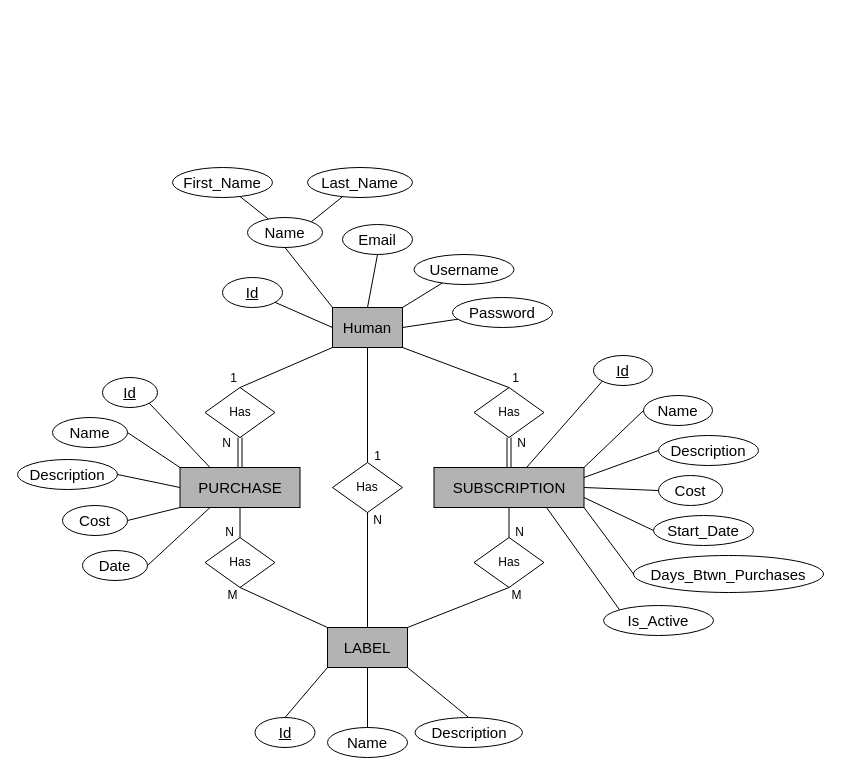
Earlier version of the draw.io diagram diagrams/SpendthriftErDiagram1.0.drawio (honey-ham/spendthrift-db). Source tidied: cells renumbered, new cells numbered last; positions are measured from the earlier drawing's top-left corner, leaving out a move shared by most shapes. Both pictures are drawn from the tidied source at 100%, with x=0, y=0 at pixel (17, 167).
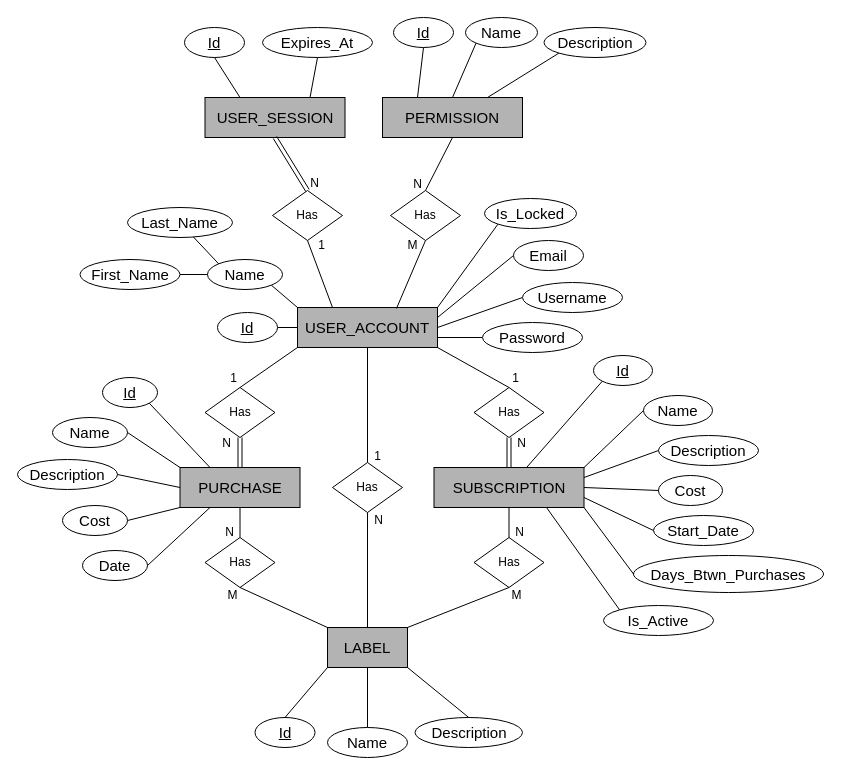
Above is the later version.

Commit message (it also covers changes not shown here):
Added permission and session table. Reflected changes on diagrams

Diff of the diagram source:
```diff
@@
-    <mxCell id="2" style="rounded=0;jettySize=auto;html=1;exitX=0;exitY=0;exitDx=0;exitDy=0;entryX=0.5;entryY=1;entryDx=0;entryDy=0;endArrow=none;endFill=0;" parent="1" edge="1" source="3" target="9">
+    <mxCell id="2" style="rounded=0;jettySize=auto;html=1;entryX=1;entryY=1;entryDx=0;entryDy=0;endArrow=none;endFill=0;exitX=0;exitY=0;exitDx=0;exitDy=0;" parent="1" edge="1" source="3" target="9">
       <mxGeometry relative="1" as="geometry" />
     </mxCell>
-    <mxCell id="3" value="&lt;font style=&quot;font-size: 15px;&quot;&gt;Human&lt;/font&gt;" style="rounded=0;whiteSpace=wrap;html=1;fillColor=#B3B3B3;strokeColor=#000000;" parent="1" vertex="1">
-      <mxGeometry x="315" y="140" width="70" height="40" as="geometry" />
+    <mxCell id="3" value="&lt;span style=&quot;font-size: 15px;&quot;&gt;USER_ACCOUNT&lt;/span&gt;" style="rounded=0;whiteSpace=wrap;html=1;fillColor=#B3B3B3;strokeColor=#000000;" parent="1" vertex="1">
+      <mxGeometry x="280" y="140" width="140" height="40" as="geometry" />
     </mxCell>
@@
     <mxCell id="8" value="&lt;font style=&quot;font-size: 15px;&quot;&gt;&lt;u&gt;Id&lt;/u&gt;&lt;/font&gt;" style="ellipse;whiteSpace=wrap;html=1;" parent="1" vertex="1">
-      <mxGeometry x="205" y="110" width="60" height="30" as="geometry" />
+      <mxGeometry x="200" y="145" width="60" height="30" as="geometry" />
     </mxCell>
     <mxCell id="9" value="&lt;font style=&quot;font-size: 15px;&quot;&gt;Name&lt;/font&gt;" style="ellipse;whiteSpace=wrap;html=1;" parent="1" vertex="1">
-      <mxGeometry x="230" y="50" width="75" height="30" as="geometry" />
+      <mxGeometry x="190" y="92" width="75" height="30" as="geometry" />
     </mxCell>
-    <mxCell id="10" style="rounded=0;jettySize=auto;html=1;entryX=1;entryY=0;entryDx=0;entryDy=0;endArrow=none;endFill=0;" parent="1" edge="1" source="11" target="3">
+    <mxCell id="10" style="rounded=0;jettySize=auto;html=1;entryX=1;entryY=0.5;entryDx=0;entryDy=0;endArrow=none;endFill=0;exitX=0;exitY=0.5;exitDx=0;exitDy=0;" parent="1" edge="1" source="11" target="3">
       <mxGeometry relative="1" as="geometry" />
     </mxCell>
     <mxCell id="11" value="&lt;font style=&quot;font-size: 15px;&quot;&gt;Username&lt;/font&gt;" style="ellipse;whiteSpace=wrap;html=1;" parent="1" vertex="1">
-      <mxGeometry x="396.5" y="87" width="100" height="30" as="geometry" />
+      <mxGeometry x="505" y="115" width="100" height="30" as="geometry" />
     </mxCell>
-    <mxCell id="12" style="rounded=0;jettySize=auto;html=1;entryX=1;entryY=0.5;entryDx=0;entryDy=0;endArrow=none;endFill=0;" parent="1" edge="1" source="13" target="3">
+    <mxCell id="12" style="rounded=0;jettySize=auto;html=1;entryX=1;entryY=0.75;entryDx=0;entryDy=0;endArrow=none;endFill=0;" parent="1" edge="1" source="13" target="3">
       <mxGeometry relative="1" as="geometry" />
     </mxCell>
     <mxCell id="13" value="&lt;font style=&quot;font-size: 15px;&quot;&gt;Password&lt;/font&gt;" style="ellipse;whiteSpace=wrap;html=1;" parent="1" vertex="1">
-      <mxGeometry x="435" y="130" width="100" height="30" as="geometry" />
+      <mxGeometry x="465" y="155" width="100" height="30" as="geometry" />
     </mxCell>
-    <mxCell id="14" style="rounded=0;jettySize=auto;html=1;endArrow=none;endFill=0;" parent="1" edge="1" source="15" target="9">
+    <mxCell id="14" style="rounded=0;jettySize=auto;html=1;endArrow=none;endFill=0;entryX=0;entryY=0.5;entryDx=0;entryDy=0;exitX=1;exitY=0.5;exitDx=0;exitDy=0;" parent="1" edge="1" source="15" target="9">
       <mxGeometry relative="1" as="geometry" />
     </mxCell>
     <mxCell id="15" value="&lt;font style=&quot;font-size: 15px;&quot;&gt;First_Name&lt;/font&gt;" style="ellipse;whiteSpace=wrap;html=1;" parent="1" vertex="1">
-      <mxGeometry x="155" width="100" height="30" as="geometry" />
+      <mxGeometry x="62.5" y="92" width="100" height="30" as="geometry" />
     </mxCell>
-    <mxCell id="16" style="rounded=0;jettySize=auto;html=1;entryX=1;entryY=0;entryDx=0;entryDy=0;endArrow=none;endFill=0;" parent="1" edge="1" source="17" target="9">
+    <mxCell id="16" style="rounded=0;jettySize=auto;html=1;entryX=0;entryY=0;entryDx=0;entryDy=0;endArrow=none;endFill=0;" parent="1" edge="1" source="17" target="9">
       <mxGeometry relative="1" as="geometry" />
     </mxCell>
     <mxCell id="17" value="&lt;font style=&quot;font-size: 15px;&quot;&gt;Last_Name&lt;/font&gt;" style="ellipse;whiteSpace=wrap;html=1;" parent="1" vertex="1">
-      <mxGeometry x="290" width="105" height="30" as="geometry" />
+      <mxGeometry x="110" y="40" width="105" height="30" as="geometry" />
     </mxCell>
@@
     <mxCell id="69" value="N" style="text;html=1;align=center;verticalAlign=middle;strokeColor=none;fillColor=none;" parent="1" vertex="1">
-      <mxGeometry x="345" y="338" width="30" height="30" as="geometry" />
+      <mxGeometry x="346" y="338" width="30" height="30" as="geometry" />
     </mxCell>
@@
     <mxCell id="73" value="&lt;font style=&quot;font-size: 15px;&quot;&gt;Email&lt;/font&gt;" style="ellipse;whiteSpace=wrap;html=1;" parent="1" vertex="1">
-      <mxGeometry x="325" y="57" width="70" height="30" as="geometry" />
+      <mxGeometry x="496" y="73" width="70" height="30" as="geometry" />
     </mxCell>
-    <mxCell id="74" style="rounded=0;jettySize=auto;html=1;entryX=0.5;entryY=0;entryDx=0;entryDy=0;endArrow=none;endFill=0;exitX=0.5;exitY=1;exitDx=0;exitDy=0;" parent="1" edge="1" source="73" target="3">
+    <mxCell id="74" style="rounded=0;jettySize=auto;html=1;entryX=1;entryY=0.25;entryDx=0;entryDy=0;endArrow=none;endFill=0;exitX=0;exitY=0.5;exitDx=0;exitDy=0;" parent="1" edge="1" source="73" target="3">
       <mxGeometry relative="1" as="geometry" />
     </mxCell>
+    <mxCell id="75" value="&lt;font style=&quot;font-size: 15px;&quot;&gt;USER_SESSION&lt;/font&gt;" style="rounded=0;whiteSpace=wrap;html=1;fillColor=#B3B3B3;strokeColor=#000000;align=center;" parent="1" vertex="1">
+      <mxGeometry x="187.5" y="-70" width="140" height="40" as="geometry" />
+    </mxCell>
+    <mxCell id="76" value="&lt;font style=&quot;font-size: 15px;&quot;&gt;&lt;u&gt;Id&lt;/u&gt;&lt;/font&gt;" style="ellipse;whiteSpace=wrap;html=1;" parent="1" vertex="1">
+      <mxGeometry x="167" y="-140" width="60" height="30" as="geometry" />
+    </mxCell>
+    <mxCell id="77" value="&lt;span style=&quot;font-size: 15px;&quot;&gt;Expires_At&lt;/span&gt;" style="ellipse;whiteSpace=wrap;html=1;" parent="1" vertex="1">
+      <mxGeometry x="245" y="-140" width="110" height="30" as="geometry" />
+    </mxCell>
+    <mxCell id="78" style="rounded=0;jettySize=auto;html=1;entryX=1;entryY=0;entryDx=0;entryDy=0;endArrow=none;endFill=0;exitX=0;exitY=1;exitDx=0;exitDy=0;" parent="1" edge="1" source="79" target="3">
+      <mxGeometry relative="1" as="geometry" />
+    </mxCell>
+    <mxCell id="79" value="&lt;font style=&quot;font-size: 15px;&quot;&gt;Is_Locked&lt;/font&gt;" style="ellipse;whiteSpace=wrap;html=1;" parent="1" vertex="1">
+      <mxGeometry x="467" y="31" width="92" height="30" as="geometry" />
+    </mxCell>
+    <mxCell id="80" value="&lt;font style=&quot;font-size: 15px;&quot;&gt;PERMISSION&lt;/font&gt;" style="rounded=0;whiteSpace=wrap;html=1;fillColor=#B3B3B3;strokeColor=#000000;align=center;" parent="1" vertex="1">
+      <mxGeometry x="365" y="-70" width="140" height="40" as="geometry" />
+    </mxCell>
+    <mxCell id="81" value="&lt;font style=&quot;font-size: 15px;&quot;&gt;&lt;u&gt;Id&lt;/u&gt;&lt;/font&gt;" style="ellipse;whiteSpace=wrap;html=1;" parent="1" vertex="1">
+      <mxGeometry x="376" y="-150" width="60" height="30" as="geometry" />
+    </mxCell>
+    <mxCell id="82" style="rounded=0;jettySize=auto;html=1;entryX=0.25;entryY=0;entryDx=0;entryDy=0;endArrow=none;endFill=0;exitX=0.5;exitY=1;exitDx=0;exitDy=0;" parent="1" edge="1" source="76" target="75">
+      <mxGeometry relative="1" as="geometry" />
+    </mxCell>
+    <mxCell id="83" style="rounded=0;jettySize=auto;html=1;entryX=0.75;entryY=0;entryDx=0;entryDy=0;endArrow=none;endFill=0;exitX=0.5;exitY=1;exitDx=0;exitDy=0;" parent="1" edge="1" source="77" target="75">
+      <mxGeometry relative="1" as="geometry" />
+    </mxCell>
+    <mxCell id="84" value="Has" style="rhombus;whiteSpace=wrap;html=1;" parent="1" vertex="1">
+      <mxGeometry x="255" y="23" width="70" height="50" as="geometry" />
+    </mxCell>
+    <mxCell id="85" style="rounded=0;jettySize=auto;html=1;entryX=0.5;entryY=0;entryDx=0;entryDy=0;endArrow=none;endFill=0;exitX=0.5;exitY=1;exitDx=0;exitDy=0;shape=link;" parent="1" edge="1" source="75" target="84">
+      <mxGeometry relative="1" as="geometry" />
+    </mxCell>
+    <mxCell id="86" style="rounded=0;jettySize=auto;html=1;entryX=0.25;entryY=0;entryDx=0;entryDy=0;endArrow=none;endFill=0;exitX=0.5;exitY=1;exitDx=0;exitDy=0;" parent="1" edge="1" source="84" target="3">
+      <mxGeometry relative="1" as="geometry" />
+    </mxCell>
+    <mxCell id="87" value="Has" style="rhombus;whiteSpace=wrap;html=1;" parent="1" vertex="1">
+      <mxGeometry x="373" y="23" width="70" height="50" as="geometry" />
+    </mxCell>
+    <mxCell id="88" style="rounded=0;jettySize=auto;html=1;entryX=0.5;entryY=0;entryDx=0;entryDy=0;endArrow=none;endFill=0;exitX=0.5;exitY=1;exitDx=0;exitDy=0;" parent="1" edge="1" source="80" target="87">
+      <mxGeometry relative="1" as="geometry" />
+    </mxCell>
+    <mxCell id="89" style="rounded=0;jettySize=auto;html=1;entryX=0.707;entryY=0.025;entryDx=0;entryDy=0;endArrow=none;endFill=0;exitX=0.5;exitY=1;exitDx=0;exitDy=0;entryPerimeter=0;" parent="1" edge="1" source="87" target="3">
+      <mxGeometry relative="1" as="geometry" />
+    </mxCell>
+    <mxCell id="90" value="M" style="text;html=1;align=center;verticalAlign=middle;strokeColor=none;fillColor=none;" parent="1" vertex="1">
+      <mxGeometry x="380" y="63" width="30" height="30" as="geometry" />
+    </mxCell>
+    <mxCell id="91" value="N" style="text;html=1;align=center;verticalAlign=middle;strokeColor=none;fillColor=none;" parent="1" vertex="1">
+      <mxGeometry x="282" y="1" width="30" height="30" as="geometry" />
+    </mxCell>
+    <mxCell id="92" value="1" style="text;html=1;align=center;verticalAlign=middle;strokeColor=none;fillColor=none;" parent="1" vertex="1">
+      <mxGeometry x="288.5" y="63" width="30" height="30" as="geometry" />
+    </mxCell>
+    <mxCell id="93" value="N" style="text;html=1;align=center;verticalAlign=middle;strokeColor=none;fillColor=none;" parent="1" vertex="1">
+      <mxGeometry x="384.5" y="2" width="30" height="30" as="geometry" />
+    </mxCell>
+    <mxCell id="94" value="&lt;font style=&quot;font-size: 15px;&quot;&gt;Name&lt;/font&gt;" style="ellipse;whiteSpace=wrap;html=1;" parent="1" vertex="1">
+      <mxGeometry x="448" y="-150" width="72" height="30" as="geometry" />
+    </mxCell>
+    <mxCell id="95" style="rounded=0;jettySize=auto;html=1;entryX=0.25;entryY=0;entryDx=0;entryDy=0;endArrow=none;endFill=0;exitX=0.5;exitY=1;exitDx=0;exitDy=0;" parent="1" edge="1" source="81" target="80">
+      <mxGeometry relative="1" as="geometry" />
+    </mxCell>
+    <mxCell id="96" style="rounded=0;jettySize=auto;html=1;entryX=0.5;entryY=0;entryDx=0;entryDy=0;endArrow=none;endFill=0;exitX=0;exitY=1;exitDx=0;exitDy=0;" parent="1" edge="1" source="94" target="80">
+      <mxGeometry relative="1" as="geometry" />
+    </mxCell>
+    <mxCell id="97" style="rounded=0;jettySize=auto;html=1;entryX=0.75;entryY=0;entryDx=0;entryDy=0;endArrow=none;endFill=0;exitX=0;exitY=1;exitDx=0;exitDy=0;" parent="1" edge="1" source="98" target="80">
+      <mxGeometry relative="1" as="geometry" />
+    </mxCell>
+    <mxCell id="98" value="&lt;font style=&quot;font-size: 15px;&quot;&gt;Description&lt;/font&gt;" style="ellipse;whiteSpace=wrap;html=1;" parent="1" vertex="1">
+      <mxGeometry x="526.5" y="-140" width="102" height="30" as="geometry" />
+    </mxCell>
```
